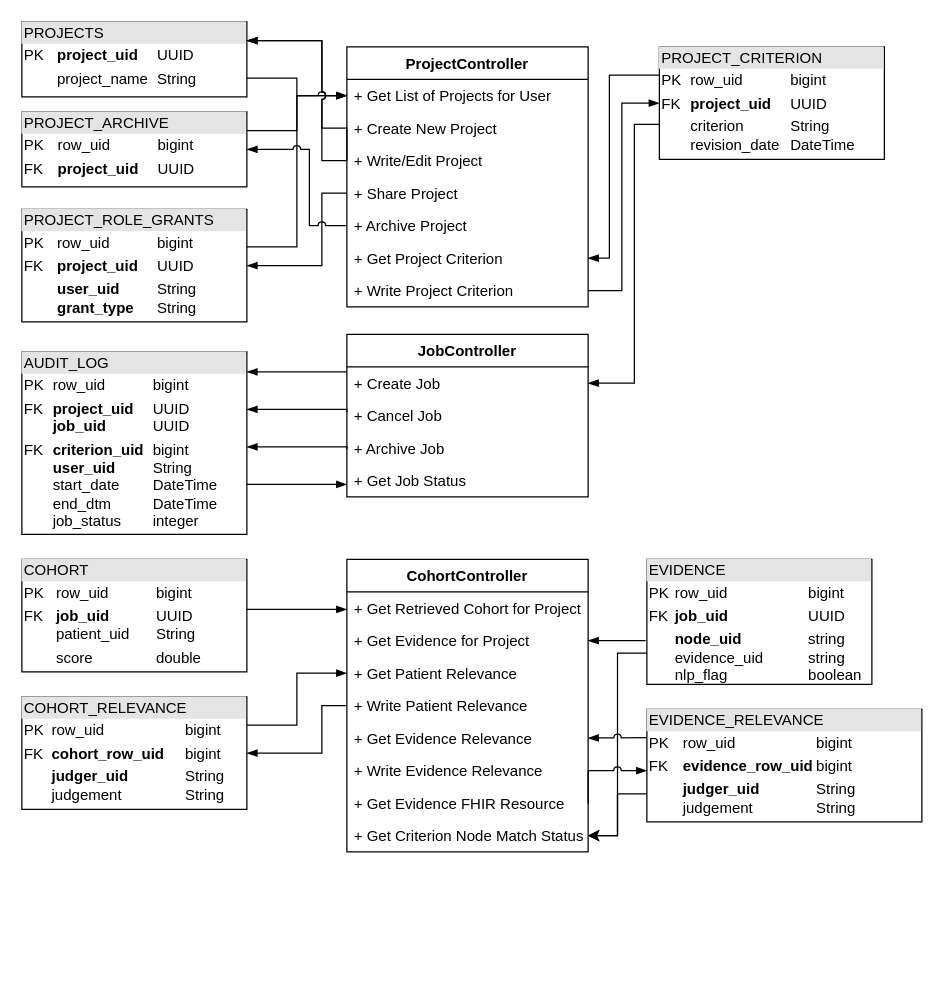
Above: page "Middlware - Data Flow" (4 of 4) of cat-arch.drawio in OHNLP/impact-documentation (draw.io), before the change. Source tidied: cells renumbered, new cells numbered last; positions are measured from the earlier drawing's top-left corner, leaving out a move shared by most shapes. Both pictures are drawn from the tidied source at 125%, with x=0, y=0 at pixel (21, 21).
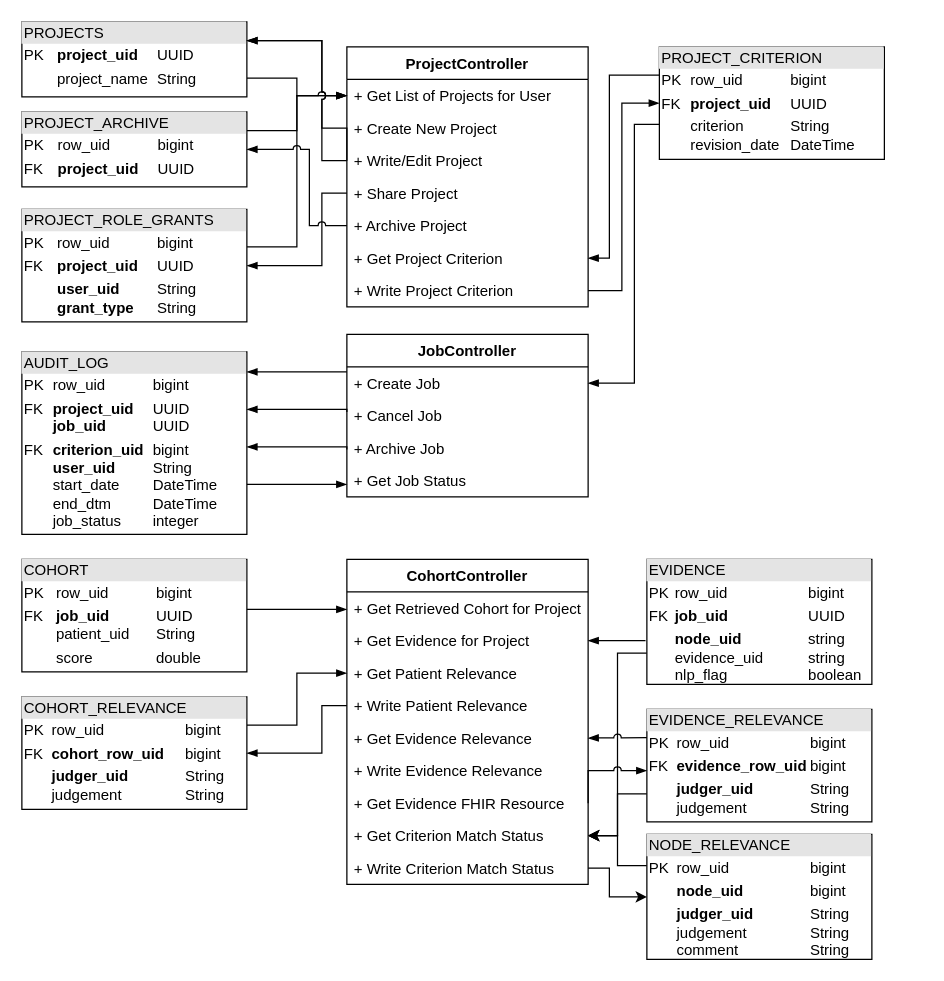
Above is the later version.

Commit message (it also covers changes not shown here):
Documentation to reflect expanded node relevance/commenting functionality

Diff of the diagram source:
```diff
@@
     <mxCell id="34" value="CohortController" style="swimlane;fontStyle=1;align=center;verticalAlign=top;horizontal=1;startSize=26;fontColor=#000000;" parent="1" vertex="1">
-      <mxGeometry x="260" y="430" width="193" height="234" as="geometry" />
+      <mxGeometry x="260" y="430" width="193" height="260" as="geometry" />
     </mxCell>
@@
-    <mxCell id="42" value="+ Get Criterion Node Match Status " style="text;strokeColor=none;fillColor=none;align=left;verticalAlign=top;spacingLeft=4;spacingRight=4;overflow=hidden;points=[[0,0.5],[1,0.5]];portConstraint=eastwest;fontColor=#000000;" parent="34" vertex="1">
+    <mxCell id="42" value="+ Get Criterion Match Status " style="text;strokeColor=none;fillColor=none;align=left;verticalAlign=top;spacingLeft=4;spacingRight=4;overflow=hidden;points=[[0,0.5],[1,0.5]];portConstraint=eastwest;fontColor=#000000;" parent="34" vertex="1">
       <mxGeometry y="208" width="193" height="26" as="geometry" />
     </mxCell>
+    <mxCell id="55" value="+ Write Criterion Match Status " style="text;strokeColor=none;fillColor=none;align=left;verticalAlign=top;spacingLeft=4;spacingRight=4;overflow=hidden;points=[[0,0.5],[1,0.5]];portConstraint=eastwest;fontColor=#000000;" parent="34" vertex="1">
+      <mxGeometry y="234" width="193" height="26" as="geometry" />
+    </mxCell>
@@
     <mxCell id="52" value="&lt;div style=&quot;box-sizing:border-box;width:100%;background:#e4e4e4;padding:2px;&quot;&gt;EVIDENCE_RELEVANCE&lt;/div&gt;&lt;table style=&quot;width:100%;font-size:1em;&quot; cellpadding=&quot;2&quot; cellspacing=&quot;0&quot;&gt;&lt;tbody&gt;&lt;tr&gt;&lt;td&gt;PK&lt;/td&gt;&lt;td&gt;row_uid&lt;span style=&quot;white-space: pre;&quot;&gt;&#9;&lt;/span&gt;&lt;span style=&quot;white-space: pre;&quot;&gt;&#9;&lt;span style=&quot;white-space: pre;&quot;&gt;&#9;&lt;/span&gt;&lt;/span&gt;bigint&lt;/td&gt;&lt;/tr&gt;&lt;tr&gt;&lt;td&gt;FK&lt;br&gt;&lt;/td&gt;&lt;td&gt;&lt;b&gt;evidence_row_uid&lt;span style=&quot;white-space: pre;&quot;&gt;&#9;&lt;/span&gt;&lt;/b&gt;bigint&lt;/td&gt;&lt;/tr&gt;&lt;tr&gt;&lt;td&gt;&lt;br&gt;&lt;/td&gt;&lt;td&gt;&lt;b&gt;judger_uid&lt;span style=&quot;white-space: pre;&quot;&gt;&#9;&lt;span style=&quot;white-space: pre;&quot;&gt;&#9;&lt;/span&gt;&lt;/span&gt;&lt;/b&gt;String&lt;br&gt;judgement&lt;span style=&quot;white-space: pre;&quot;&gt;&#9;&lt;span style=&quot;white-space: pre;&quot;&gt;&#9;&lt;/span&gt;&lt;/span&gt;String&lt;/td&gt;&lt;/tr&gt;&lt;/tbody&gt;&lt;/table&gt;" style="verticalAlign=top;align=left;overflow=fill;html=1;fontColor=#000000;" parent="1" vertex="1">
-      <mxGeometry x="500" y="550" width="220" height="90" as="geometry" />
+      <mxGeometry x="500" y="550" width="180" height="90" as="geometry" />
     </mxCell>
@@
+    <mxCell id="56" style="edgeStyle=orthogonalEdgeStyle;rounded=0;jettySize=auto;html=1;exitX=0;exitY=0.25;exitDx=0;exitDy=0;entryX=1;entryY=0.5;entryDx=0;entryDy=0;" parent="1" edge="1" source="57" target="42">
+      <mxGeometry relative="1" as="geometry" />
+    </mxCell>
+    <mxCell id="57" value="&lt;div style=&quot;box-sizing:border-box;width:100%;background:#e4e4e4;padding:2px;&quot;&gt;NODE_RELEVANCE&lt;/div&gt;&lt;table style=&quot;width:100%;font-size:1em;&quot; cellpadding=&quot;2&quot; cellspacing=&quot;0&quot;&gt;&lt;tbody&gt;&lt;tr&gt;&lt;td&gt;PK&lt;/td&gt;&lt;td&gt;row_uid&lt;span style=&quot;&quot;&gt;&#9;&lt;span style=&quot;white-space: pre;&quot;&gt;&#9;&lt;/span&gt;&lt;span style=&quot;white-space: pre;&quot;&gt;&#9;&lt;span style=&quot;white-space: pre;&quot;&gt;&#9;&lt;/span&gt;&lt;/span&gt;&lt;/span&gt;bigint&lt;/td&gt;&lt;/tr&gt;&lt;tr&gt;&lt;td&gt;&lt;br&gt;&lt;/td&gt;&lt;td&gt;&lt;b&gt;node_uid&lt;span style=&quot;&quot;&gt;&#9;&lt;span style=&quot;white-space: pre;&quot;&gt;&#9;&lt;/span&gt;&amp;nbsp;&lt;span style=&quot;white-space: pre;&quot;&gt;&#9;&lt;/span&gt;&lt;/span&gt;&lt;/b&gt;bigint&lt;/td&gt;&lt;/tr&gt;&lt;tr&gt;&lt;td&gt;&lt;br&gt;&lt;/td&gt;&lt;td&gt;&lt;b&gt;judger_uid&lt;span style=&quot;&quot;&gt;&#9;&lt;span style=&quot;white-space: pre;&quot;&gt;&#9;&lt;/span&gt;&lt;span style=&quot;&quot;&gt;&#9;&lt;span style=&quot;white-space: pre;&quot;&gt;&#9;&lt;/span&gt;&lt;/span&gt;&lt;/span&gt;&lt;/b&gt;String&lt;br&gt;judgement&lt;span style=&quot;&quot;&gt;&#9;&lt;span style=&quot;white-space: pre;&quot;&gt;&#9;&lt;/span&gt;&lt;span style=&quot;&quot;&gt;&#9;&lt;span style=&quot;white-space: pre;&quot;&gt;&#9;&lt;/span&gt;&lt;/span&gt;&lt;/span&gt;String&lt;br&gt;comment&lt;span style=&quot;white-space: pre;&quot;&gt;&#9;&lt;/span&gt;&lt;span style=&quot;white-space: pre;&quot;&gt;&#9;&lt;/span&gt;&amp;nbsp;&lt;span style=&quot;white-space: pre;&quot;&gt;&#9;&lt;/span&gt;String&lt;/td&gt;&lt;/tr&gt;&lt;/tbody&gt;&lt;/table&gt;" style="verticalAlign=top;align=left;overflow=fill;html=1;fontColor=#000000;" parent="1" vertex="1">
+      <mxGeometry x="500" y="650" width="180" height="100" as="geometry" />
+    </mxCell>
+    <mxCell id="58" style="edgeStyle=orthogonalEdgeStyle;rounded=0;jettySize=auto;html=1;exitX=1;exitY=0.5;exitDx=0;exitDy=0;entryX=0;entryY=0.5;entryDx=0;entryDy=0;" parent="1" edge="1" source="55" target="57">
+      <mxGeometry relative="1" as="geometry">
+        <Array as="points">
+          <mxPoint x="470" y="677" />
+          <mxPoint x="470" y="700" />
+        </Array>
+      </mxGeometry>
+    </mxCell>
```
